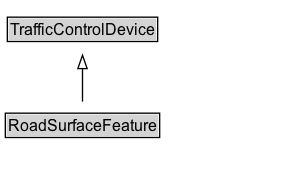
This is docs/diagrams/RoadSurfaceFeature.dot.png from k-vaughn/ontology-its-regulation, a Graphviz export, as it was before one commit. Its source is kept beside it as docs/diagrams/RoadSurfaceFeature.dot. The source it was exported from:
```dot
digraph {
	graph [overlap=false rankdir=TB splines=true]
	node [fontname=Arial fontsize=12 margin=0 shape=none]
	edge [fontname=Arial fontsize=11]
	{
		rank=max
		RoadSurfaceFeature [label=<<TABLE BORDER="1" CELLBORDER="0" CELLSPACING="0" CELLPADDING="1"><TR><TD BGCOLOR="lightgray" ALIGN="CENTER" PORT="e">RoadSurfaceFeature</TD></TR></TABLE>> URL="../RoadSurfaceFeature.md" margin=0]
	}
	subgraph cluster_associated {
		label="" style=invis
		Invis [label=<<TABLE BORDER="0" CELLBORDER="0" CELLSPACING="0" CELLPADDING="1"><TR><TD></TD></TR></TABLE>> margin=0 style=invis]
	}
	TrafficControlDevice [label=<<TABLE BORDER="1" CELLBORDER="0" CELLSPACING="0" CELLPADDING="1"><TR><TD BGCOLOR="lightgray" ALIGN="CENTER">TrafficControlDevice</TD></TR></TABLE>> URL="../TrafficControlDevice.md" margin=0]
	RoadSurfaceFeature -> TrafficControlDevice [arrowhead=onormal style=solid]
}
```
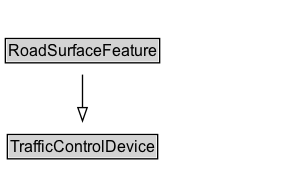
The same diagram one commit later.

Change to the diagram source:
```diff
@@ -2,14 +2,14 @@
 	graph [overlap=false rankdir=TB splines=true]
 	node [fontname=Arial fontsize=12 margin=0 shape=none]
 	edge [fontname=Arial fontsize=11]
+	RoadSurfaceFeature [label=<<TABLE BORDER="1" CELLBORDER="0" CELLSPACING="0" CELLPADDING="1"><TR><TD BGCOLOR="lightgray" ALIGN="CENTER">RoadSurfaceFeature</TD></TR></TABLE>> URL="../RoadSurfaceFeature" margin=0]
 	{
 		rank=max
-		RoadSurfaceFeature [label=<<TABLE BORDER="1" CELLBORDER="0" CELLSPACING="0" CELLPADDING="1"><TR><TD BGCOLOR="lightgray" ALIGN="CENTER" PORT="e">RoadSurfaceFeature</TD></TR></TABLE>> URL="../RoadSurfaceFeature.md" margin=0]
 	}
 	subgraph cluster_associated {
 		label="" style=invis
 		Invis [label=<<TABLE BORDER="0" CELLBORDER="0" CELLSPACING="0" CELLPADDING="1"><TR><TD></TD></TR></TABLE>> margin=0 style=invis]
 	}
-	TrafficControlDevice [label=<<TABLE BORDER="1" CELLBORDER="0" CELLSPACING="0" CELLPADDING="1"><TR><TD BGCOLOR="lightgray" ALIGN="CENTER">TrafficControlDevice</TD></TR></TABLE>> URL="../TrafficControlDevice.md" margin=0]
+	TrafficControlDevice [label=<<TABLE BORDER="1" CELLBORDER="0" CELLSPACING="0" CELLPADDING="1"><TR><TD BGCOLOR="lightgray" ALIGN="CENTER">TrafficControlDevice</TD></TR></TABLE>> URL="../TrafficControlDevice" margin=0]
 	RoadSurfaceFeature -> TrafficControlDevice [arrowhead=onormal style=solid]
 }
```
